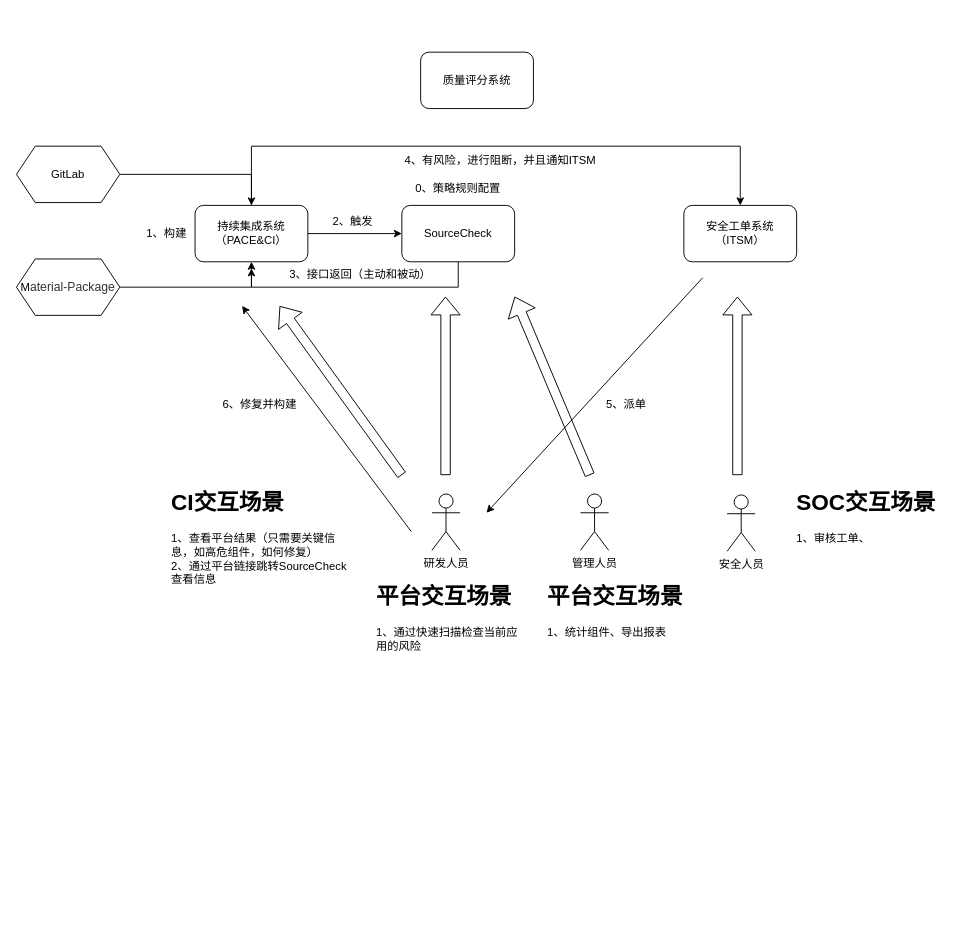
Earlier version of the draw.io diagram 微众开源治理.drawio (wangjie66/app.diagrams.net). Source tidied: cells renumbered, new cells numbered last; positions are measured from the earlier drawing's top-left corner, leaving out a move shared by most shapes. Both pictures are drawn from the tidied source at 94%, with x=0, y=0 at pixel (16, 52).
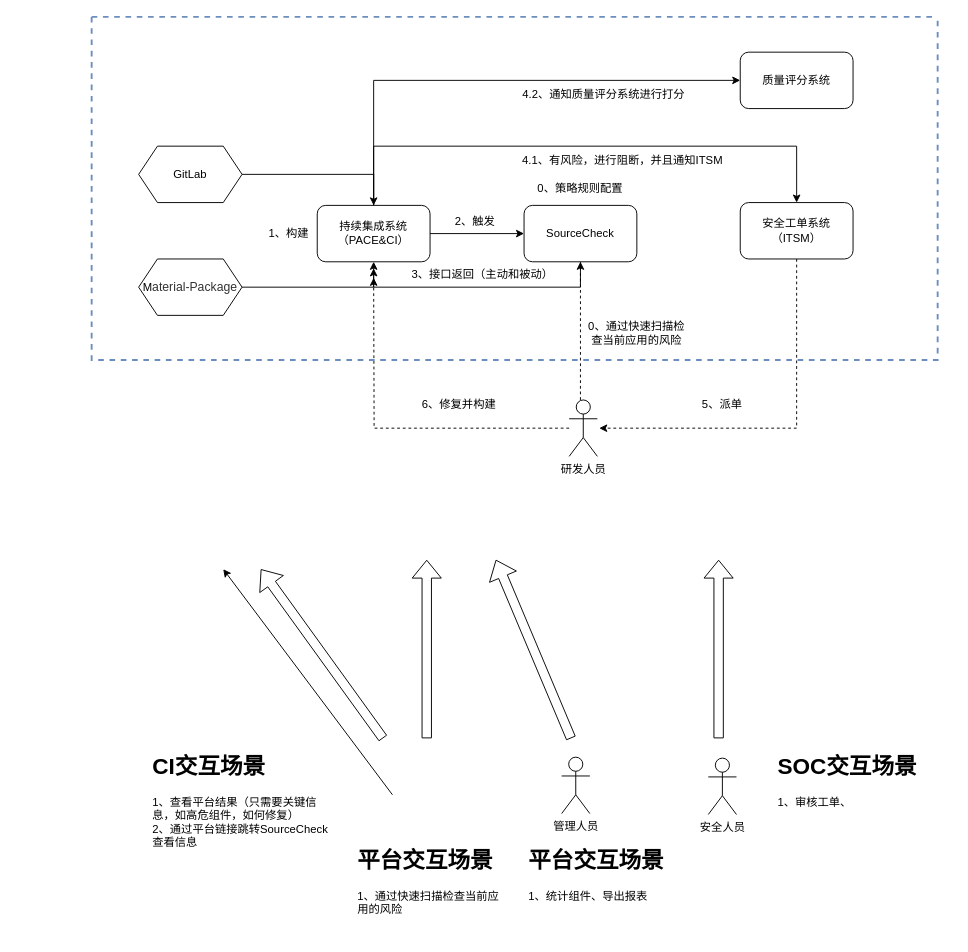
The same diagram, later.

Commit message:
微众开源治理.drawio

Diff of the diagram source:
```diff
@@
     <mxCell id="3" style="edgeStyle=orthogonalEdgeStyle;rounded=0;jettySize=auto;html=1;entryX=0.5;entryY=0;entryDx=0;entryDy=0;" parent="1" edge="1" source="4" target="5">
       <mxGeometry relative="1" as="geometry">
         <Array as="points">
-          <mxPoint x="250" y="100" />
-          <mxPoint x="770" y="100" />
+          <mxPoint x="380" y="100" />
+          <mxPoint x="830" y="100" />
         </Array>
       </mxGeometry>
     </mxCell>
+    <mxCell id="33" style="edgeStyle=orthogonalEdgeStyle;rounded=0;jettySize=auto;html=1;entryX=0;entryY=0.5;entryDx=0;entryDy=0;" parent="1" edge="1" source="4" target="6">
+      <mxGeometry relative="1" as="geometry">
+        <Array as="points">
+          <mxPoint x="380" y="30" />
+        </Array>
+      </mxGeometry>
+    </mxCell>
     <mxCell id="4" value="持续集成系统（PACE&amp;amp;CI）" style="rounded=1;whiteSpace=wrap;html=1;" parent="1" vertex="1">
-      <mxGeometry x="190" y="163" width="120" height="60" as="geometry" />
+      <mxGeometry x="320" y="163" width="120" height="60" as="geometry" />
     </mxCell>
+    <mxCell id="34" style="edgeStyle=orthogonalEdgeStyle;rounded=0;jettySize=auto;html=1;dashed=1;" parent="1" edge="1" source="5">
+      <mxGeometry relative="1" as="geometry">
+        <mxPoint x="620" y="400" as="targetPoint" />
+        <Array as="points">
+          <mxPoint x="830" y="400" />
+        </Array>
+      </mxGeometry>
+    </mxCell>
     <mxCell id="5" value="安全工单系统（ITSM）" style="rounded=1;whiteSpace=wrap;html=1;" parent="1" vertex="1">
-      <mxGeometry x="710" y="163" width="120" height="60" as="geometry" />
+      <mxGeometry x="770" y="160" width="120" height="60" as="geometry" />
     </mxCell>
     <mxCell id="6" value="质量评分系统" style="rounded=1;whiteSpace=wrap;html=1;" parent="1" vertex="1">
-      <mxGeometry x="430" width="120" height="60" as="geometry" />
+      <mxGeometry x="770" width="120" height="60" as="geometry" />
     </mxCell>
@@
     <mxCell id="8" value="GitLab" style="shape=hexagon;perimeter=hexagonPerimeter2;whiteSpace=wrap;html=1;fixedSize=1;" parent="1" vertex="1">
-      <mxGeometry y="100" width="110" height="60" as="geometry" />
+      <mxGeometry x="130" y="100" width="110" height="60" as="geometry" />
     </mxCell>
@@
     <mxCell id="10" value="M&lt;span style=&quot;color: rgb(51, 51, 51); font-family: Arial, sans-serif; font-size: 13px; text-align: start; background-color: rgb(255, 255, 255);&quot;&gt;aterial-Package&lt;/span&gt;" style="shape=hexagon;perimeter=hexagonPerimeter2;whiteSpace=wrap;html=1;fixedSize=1;" parent="1" vertex="1">
-      <mxGeometry y="220" width="110" height="60" as="geometry" />
+      <mxGeometry x="130" y="220" width="110" height="60" as="geometry" />
     </mxCell>
     <mxCell id="11" style="edgeStyle=orthogonalEdgeStyle;rounded=0;jettySize=auto;html=1;" parent="1" edge="1" source="12">
       <mxGeometry relative="1" as="geometry">
-        <mxPoint x="250" y="230" as="targetPoint" />
+        <mxPoint x="380" y="230" as="targetPoint" />
         <Array as="points">
-          <mxPoint x="470" y="250" />
-          <mxPoint x="250" y="250" />
+          <mxPoint x="600" y="250" />
+          <mxPoint x="380" y="250" />
         </Array>
       </mxGeometry>
     </mxCell>
     <mxCell id="12" value="SourceCheck" style="rounded=1;whiteSpace=wrap;html=1;" parent="1" vertex="1">
-      <mxGeometry x="410" y="163" width="120" height="60" as="geometry" />
+      <mxGeometry x="540" y="163" width="120" height="60" as="geometry" />
     </mxCell>
     <mxCell id="13" value="1、构建" style="text;html=1;strokeColor=none;fillColor=none;align=center;verticalAlign=middle;whiteSpace=wrap;rounded=0;" parent="1" vertex="1">
-      <mxGeometry x="130" y="178" width="60" height="30" as="geometry" />
+      <mxGeometry x="260" y="178" width="60" height="30" as="geometry" />
     </mxCell>
     <mxCell id="14" value="2、触发" style="text;html=1;strokeColor=none;fillColor=none;align=center;verticalAlign=middle;whiteSpace=wrap;rounded=0;" parent="1" vertex="1">
-      <mxGeometry x="328" y="165" width="60" height="30" as="geometry" />
+      <mxGeometry x="458" y="165" width="60" height="30" as="geometry" />
     </mxCell>
     <mxCell id="15" value="0、策略规则配置" style="text;html=1;strokeColor=none;fillColor=none;align=center;verticalAlign=middle;whiteSpace=wrap;rounded=0;" parent="1" vertex="1">
-      <mxGeometry x="415" y="130" width="110" height="30" as="geometry" />
+      <mxGeometry x="545" y="130" width="110" height="30" as="geometry" />
     </mxCell>
     <mxCell id="16" value="3、接口返回（主动和被动）" style="text;html=1;strokeColor=none;fillColor=none;align=center;verticalAlign=middle;whiteSpace=wrap;rounded=0;" parent="1" vertex="1">
-      <mxGeometry x="280" y="222" width="172" height="30" as="geometry" />
+      <mxGeometry x="410" y="222" width="172" height="30" as="geometry" />
     </mxCell>
+    <mxCell id="35" style="edgeStyle=orthogonalEdgeStyle;rounded=0;jettySize=auto;html=1;dashed=1;" parent="1" edge="1" source="17">
+      <mxGeometry relative="1" as="geometry">
+        <mxPoint x="380" y="240" as="targetPoint" />
+      </mxGeometry>
+    </mxCell>
+    <mxCell id="36" style="edgeStyle=orthogonalEdgeStyle;rounded=0;jettySize=auto;html=1;entryX=0.5;entryY=1;entryDx=0;entryDy=0;dashed=1;" parent="1" edge="1" source="17" target="12">
+      <mxGeometry relative="1" as="geometry">
+        <Array as="points">
+          <mxPoint x="600" y="310" />
+          <mxPoint x="600" y="310" />
+        </Array>
+      </mxGeometry>
+    </mxCell>
     <mxCell id="17" value="研发人员" style="shape=umlActor;verticalLabelPosition=bottom;verticalAlign=top;html=1;outlineConnect=0;" parent="1" vertex="1">
-      <mxGeometry x="442" y="470" width="30" height="60" as="geometry" />
+      <mxGeometry x="588" y="370" width="30" height="60" as="geometry" />
     </mxCell>
     <mxCell id="18" value="&lt;h1&gt;CI交互场景&lt;/h1&gt;&lt;p&gt;&lt;span style=&quot;text-align: center;&quot;&gt;1、查看平台结果（只需要关键信息，如高危组件，如何修复）&lt;/span&gt;&lt;br style=&quot;text-align: center;&quot;&gt;&lt;span style=&quot;text-align: center;&quot;&gt;2、通过平台链接跳转SourceCheck查看信息&lt;/span&gt;&lt;br&gt;&lt;/p&gt;" style="text;html=1;strokeColor=none;fillColor=none;spacing=5;spacingTop=-20;whiteSpace=wrap;overflow=hidden;rounded=0;" parent="1" vertex="1">
-      <mxGeometry x="160" y="460" width="202" height="120" as="geometry" />
+      <mxGeometry x="140" y="740" width="202" height="120" as="geometry" />
     </mxCell>
     <mxCell id="19" value="&lt;h1&gt;平台交互场景&lt;/h1&gt;&lt;p&gt;&lt;span style=&quot;text-align: center;&quot;&gt;1、通过快速扫描检查当前应用的风险&amp;nbsp;&amp;nbsp;&lt;/span&gt;&lt;/p&gt;" style="text;html=1;strokeColor=none;fillColor=none;spacing=5;spacingTop=-20;whiteSpace=wrap;overflow=hidden;rounded=0;" parent="1" vertex="1">
-      <mxGeometry x="378" y="560" width="170" height="100" as="geometry" />
+      <mxGeometry x="358" y="840" width="170" height="100" as="geometry" />
     </mxCell>
     <mxCell id="20" value="安全人员" style="shape=umlActor;verticalLabelPosition=bottom;verticalAlign=top;html=1;" parent="1" vertex="1">
-      <mxGeometry x="756" y="471" width="30" height="60" as="geometry" />
+      <mxGeometry x="736" y="751" width="30" height="60" as="geometry" />
     </mxCell>
     <mxCell id="21" value="&lt;h1&gt;SOC交互场景&lt;/h1&gt;&lt;p&gt;&lt;span style=&quot;text-align: center;&quot;&gt;1、审核工单、&amp;nbsp;&lt;/span&gt;&lt;/p&gt;" style="text;html=1;strokeColor=none;fillColor=none;spacing=5;spacingTop=-20;whiteSpace=wrap;overflow=hidden;rounded=0;" parent="1" vertex="1">
-      <mxGeometry x="825" y="460" width="170" height="100" as="geometry" />
+      <mxGeometry x="805" y="740" width="170" height="100" as="geometry" />
     </mxCell>
     <mxCell id="22" value="管理人员" style="shape=umlActor;verticalLabelPosition=bottom;verticalAlign=top;html=1;" parent="1" vertex="1">
-      <mxGeometry x="600" y="470" width="30" height="60" as="geometry" />
+      <mxGeometry x="580" y="750" width="30" height="60" as="geometry" />
     </mxCell>
     <mxCell id="23" value="&lt;h1&gt;平台交互场景&lt;/h1&gt;&lt;p&gt;&lt;span style=&quot;text-align: center;&quot;&gt;1、统计组件、导出报表&lt;/span&gt;&lt;/p&gt;" style="text;html=1;strokeColor=none;fillColor=none;spacing=5;spacingTop=-20;whiteSpace=wrap;overflow=hidden;rounded=0;" parent="1" vertex="1">
-      <mxGeometry x="560" y="560" width="170" height="100" as="geometry" />
+      <mxGeometry x="540" y="840" width="170" height="100" as="geometry" />
     </mxCell>
-    <mxCell id="24" value="4、有风险，进行阻断，并且通知ITSM" style="text;html=1;strokeColor=none;fillColor=none;align=center;verticalAlign=middle;whiteSpace=wrap;rounded=0;" parent="1" vertex="1">
-      <mxGeometry x="390" y="100" width="250" height="30" as="geometry" />
+    <mxCell id="24" value="4.1、有风险，进行阻断，并且通知ITSM" style="text;html=1;strokeColor=none;fillColor=none;align=center;verticalAlign=middle;whiteSpace=wrap;rounded=0;" parent="1" vertex="1">
+      <mxGeometry x="520" y="100" width="250" height="30" as="geometry" />
     </mxCell>
     <mxCell id="25" style="shape=flexArrow;endArrow=classic;html=1;rounded=0;" parent="1" edge="1">
       <mxGeometry relative="1" as="geometry">
-        <mxPoint x="410" y="450" as="sourcePoint" />
-        <mxPoint x="280" y="270" as="targetPoint" />
+        <mxPoint x="390" y="730" as="sourcePoint" />
+        <mxPoint x="260" y="550" as="targetPoint" />
       </mxGeometry>
     </mxCell>
     <mxCell id="26" style="shape=flexArrow;endArrow=classic;html=1;rounded=0;" parent="1" edge="1">
       <mxGeometry relative="1" as="geometry">
-        <mxPoint x="456.5" y="450" as="sourcePoint" />
-        <mxPoint x="456.5" y="260" as="targetPoint" />
+        <mxPoint x="436.5" y="730" as="sourcePoint" />
+        <mxPoint x="436.5" y="540" as="targetPoint" />
       </mxGeometry>
     </mxCell>
     <mxCell id="27" style="shape=flexArrow;endArrow=classic;html=1;rounded=0;" parent="1" edge="1">
       <mxGeometry relative="1" as="geometry">
-        <mxPoint x="610" y="450" as="sourcePoint" />
-        <mxPoint x="530" y="260" as="targetPoint" />
+        <mxPoint x="590" y="730" as="sourcePoint" />
+        <mxPoint x="510" y="540" as="targetPoint" />
       </mxGeometry>
     </mxCell>
     <mxCell id="28" style="shape=flexArrow;endArrow=classic;html=1;rounded=0;" parent="1" edge="1">
       <mxGeometry relative="1" as="geometry">
-        <mxPoint x="767" y="450" as="sourcePoint" />
-        <mxPoint x="767" y="260" as="targetPoint" />
+        <mxPoint x="747" y="730" as="sourcePoint" />
+        <mxPoint x="747" y="540" as="targetPoint" />
       </mxGeometry>
     </mxCell>
-    <mxCell id="29" style="endArrow=classic;html=1;rounded=0;" parent="1" edge="1">
-      <mxGeometry relative="1" as="geometry">
-        <mxPoint x="730" y="240" as="sourcePoint" />
-        <mxPoint x="500" y="490" as="targetPoint" />
-      </mxGeometry>
-    </mxCell>
     <mxCell id="30" value="5、派单" style="text;html=1;strokeColor=none;fillColor=none;align=center;verticalAlign=middle;whiteSpace=wrap;rounded=0;" parent="1" vertex="1">
-      <mxGeometry x="580" y="360" width="138" height="30" as="geometry" />
+      <mxGeometry x="682" y="360" width="138" height="30" as="geometry" />
     </mxCell>
     <mxCell id="31" style="endArrow=classic;html=1;rounded=0;" parent="1" edge="1">
       <mxGeometry relative="1" as="geometry">
-        <mxPoint x="420" y="510" as="sourcePoint" />
-        <mxPoint x="240" y="270" as="targetPoint" />
+        <mxPoint x="400" y="790" as="sourcePoint" />
+        <mxPoint x="220" y="550" as="targetPoint" />
       </mxGeometry>
     </mxCell>
     <mxCell id="32" value="6、修复并构建" style="text;html=1;strokeColor=none;fillColor=none;align=center;verticalAlign=middle;whiteSpace=wrap;rounded=0;" parent="1" vertex="1">
-      <mxGeometry x="190" y="360" width="138" height="30" as="geometry" />
+      <mxGeometry x="402" y="360" width="138" height="30" as="geometry" />
     </mxCell>
+    <mxCell id="37" value="4.2、通知质量评分系统进行打分" style="text;html=1;strokeColor=none;fillColor=none;align=center;verticalAlign=middle;whiteSpace=wrap;rounded=0;" parent="1" vertex="1">
+      <mxGeometry x="500" y="30" width="250" height="30" as="geometry" />
+    </mxCell>
+    <mxCell id="38" style="swimlane;startSize=0;dashed=1;fillColor=#dae8fc;strokeColor=#6c8ebf;strokeWidth=2;" parent="1" vertex="1">
+      <mxGeometry x="80" y="-37.5" width="900" height="365" as="geometry" />
+    </mxCell>
+    <mxCell id="39" value="0、通过快速扫描检查当前应用的风险" style="text;html=1;strokeColor=none;fillColor=none;align=center;verticalAlign=middle;whiteSpace=wrap;rounded=0;" parent="38" vertex="1">
+      <mxGeometry x="525" y="321.5" width="110" height="30" as="geometry" />
+    </mxCell>
```
